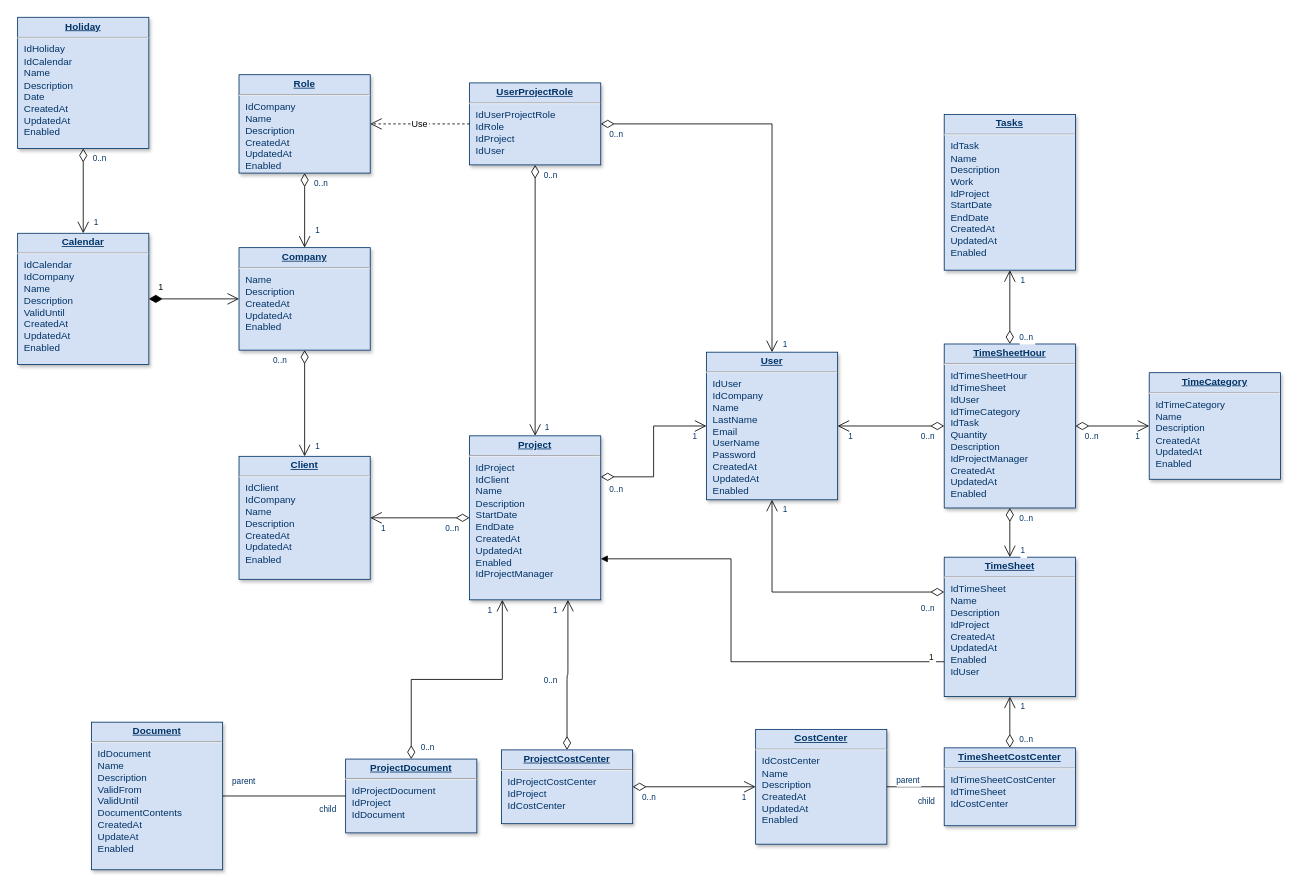
Earlier version of the draw.io diagram Untitled Diagram.drawio (hamidrezakiani/CoreApplication). Source tidied: cells renumbered, new cells numbered last; positions are measured from the earlier drawing's top-left corner, leaving out a move shared by most shapes. Both pictures are drawn from the tidied source at 82%, with x=0, y=0 at pixel (17, 17).
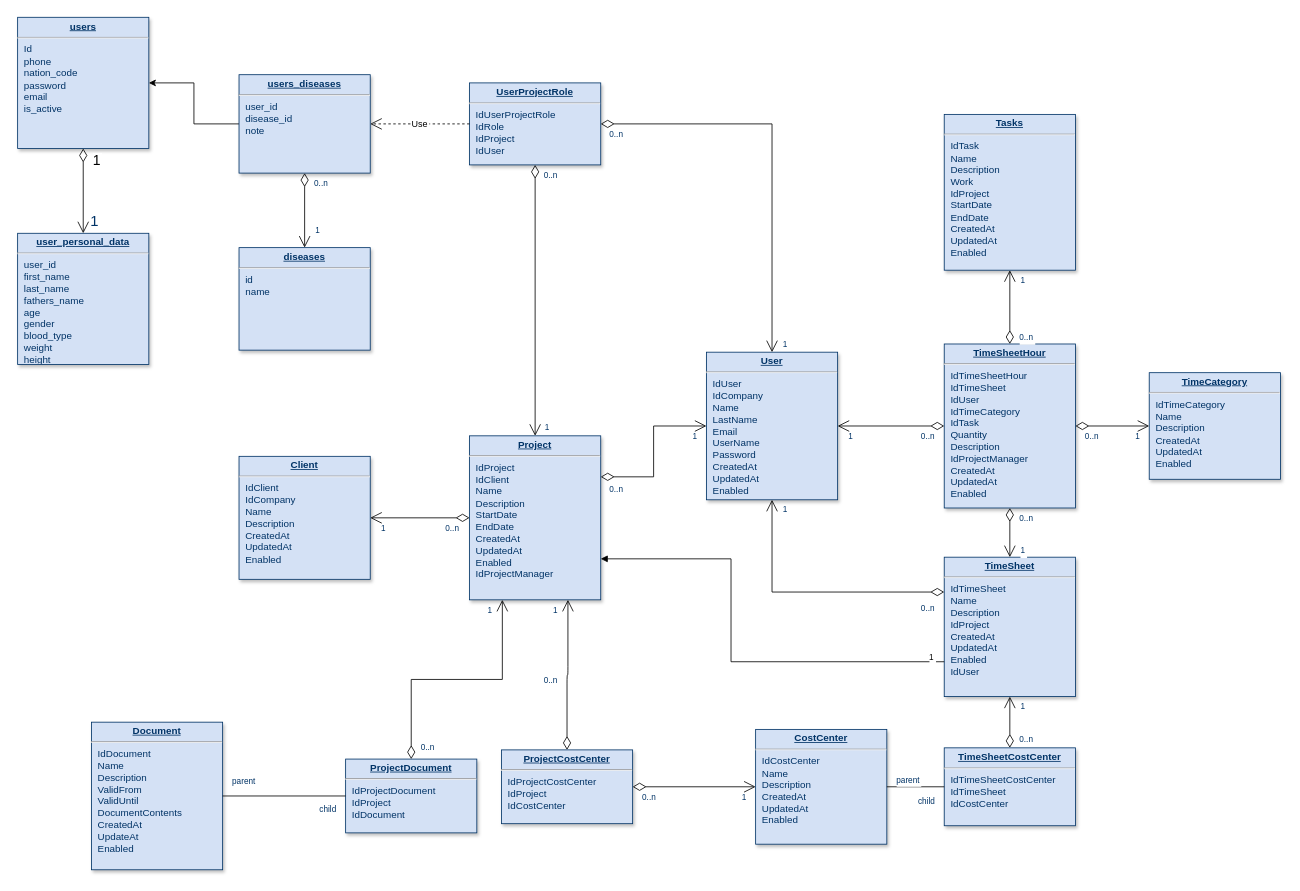
Above is the later version.

The change refers to these unchanged cells:
```xml
<mxCell id="7" value="&lt;p style=&quot;margin: 0px; margin-top: 4px; text-align: center; text-decoration: underline;&quot;&gt;&lt;strong&gt;Client&lt;/strong&gt;&lt;/p&gt;&lt;hr /&gt;&lt;p style=&quot;margin: 0px; margin-left: 8px;&quot;&gt;IdClient&lt;/p&gt;&lt;p style=&quot;margin: 0px; margin-left: 8px;&quot;&gt;IdCompany&lt;/p&gt;&lt;p style=&quot;margin: 0px; margin-left: 8px;&quot;&gt;Name&lt;/p&gt;&lt;p style=&quot;margin: 0px; margin-left: 8px;&quot;&gt;Description&lt;/p&gt;&lt;p style=&quot;margin: 0px; margin-left: 8px;&quot;&gt;CreatedAt&lt;/p&gt;&lt;p style=&quot;margin: 0px; margin-left: 8px;&quot;&gt;UpdatedAt&lt;/p&gt;&lt;p style=&quot;margin: 0px; margin-left: 8px;&quot;&gt;Enabled&lt;/p&gt;" style="verticalAlign=top;align=left;overflow=fill;fontSize=12;fontFamily=Helvetica;html=1;strokeColor=#003366;shadow=1;fillColor=#D4E1F5;fontColor=#003366;" parent="1" vertex="1">
  <mxGeometry x="270" y="535" width="160" height="150" as="geometry" />
</mxCell>
<mxCell id="61" style="endArrow=open;endSize=12;startArrow=diamondThin;startSize=14;startFill=0;edgeStyle=orthogonalEdgeStyle;" parent="1" edge="1" source="8" target="4">
  <mxGeometry x="620" y="340" as="geometry" />
</mxCell>
```

The edit, as a diff of the source:
```diff
@@
+    <mxCell id="77" style="edgeStyle=orthogonalEdgeStyle;rounded=0;jettySize=auto;html=1;" parent="1" edge="1" source="2" target="8">
+      <mxGeometry relative="1" as="geometry" />
+    </mxCell>
-    <mxCell id="2" value="&lt;p style=&quot;margin: 0px; margin-top: 4px; text-align: center; text-decoration: underline;&quot;&gt;&lt;strong&gt;Role&lt;/strong&gt;&lt;/p&gt;&lt;hr /&gt;&lt;p style=&quot;margin: 0px; margin-left: 8px;&quot;&gt;IdCompany&lt;br /&gt;Name&lt;/p&gt;&lt;p style=&quot;margin: 0px; margin-left: 8px;&quot;&gt;Description&lt;/p&gt;&lt;p style=&quot;margin: 0px; margin-left: 8px;&quot;&gt;CreatedAt&lt;/p&gt;&lt;p style=&quot;margin: 0px; margin-left: 8px;&quot;&gt;UpdatedAt&lt;/p&gt;&lt;p style=&quot;margin: 0px; margin-left: 8px;&quot;&gt;Enabled&lt;/p&gt;" style="verticalAlign=top;align=left;overflow=fill;fontSize=12;fontFamily=Helvetica;html=1;strokeColor=#003366;shadow=1;fillColor=#D4E1F5;fontColor=#003366;" parent="1" vertex="1">
+    <mxCell id="2" value="&lt;p style=&quot;margin: 4px 0px 0px; text-align: center;&quot;&gt;&lt;b&gt;&lt;u&gt;users_diseases&lt;/u&gt;&lt;/b&gt;&lt;br&gt;&lt;/p&gt;&lt;hr&gt;&lt;p style=&quot;margin: 0px; margin-left: 8px;&quot;&gt;user_id&lt;br&gt;disease_id&lt;br&gt;&lt;/p&gt;&lt;p style=&quot;margin: 0px; margin-left: 8px;&quot;&gt;note&lt;/p&gt;" style="verticalAlign=top;align=left;overflow=fill;fontSize=12;fontFamily=Helvetica;html=1;strokeColor=#003366;shadow=1;fillColor=#D4E1F5;fontColor=#003366;" parent="1" vertex="1">
       <mxGeometry x="270" y="69.6" width="160" height="120" as="geometry" />
     </mxCell>
-    <mxCell id="3" value="&lt;p style=&quot;margin: 0px; margin-top: 4px; text-align: center; text-decoration: underline;&quot;&gt;&lt;strong&gt;Company&lt;/strong&gt;&lt;/p&gt;&lt;hr /&gt;&lt;p style=&quot;margin: 0px; margin-left: 8px;&quot;&gt;Name&lt;/p&gt;&lt;p style=&quot;margin: 0px; margin-left: 8px;&quot;&gt;Description&lt;/p&gt;&lt;p style=&quot;margin: 0px; margin-left: 8px;&quot;&gt;CreatedAt&lt;/p&gt;&lt;p style=&quot;margin: 0px; margin-left: 8px;&quot;&gt;UpdatedAt&lt;/p&gt;&lt;p style=&quot;margin: 0px; margin-left: 8px;&quot;&gt;Enabled&lt;/p&gt;" style="verticalAlign=top;align=left;overflow=fill;fontSize=12;fontFamily=Helvetica;html=1;strokeColor=#003366;shadow=1;fillColor=#D4E1F5;fontColor=#003366;" parent="1" vertex="1">
+    <mxCell id="3" value="&lt;p style=&quot;margin: 4px 0px 0px; text-align: center;&quot;&gt;&lt;b&gt;&lt;u&gt;diseases&lt;/u&gt;&lt;/b&gt;&lt;br&gt;&lt;/p&gt;&lt;hr&gt;&lt;p style=&quot;margin: 0px; margin-left: 8px;&quot;&gt;id&lt;/p&gt;&lt;p style=&quot;margin: 0px; margin-left: 8px;&quot;&gt;name&lt;/p&gt;" style="verticalAlign=top;align=left;overflow=fill;fontSize=12;fontFamily=Helvetica;html=1;strokeColor=#003366;shadow=1;fillColor=#D4E1F5;fontColor=#003366;" parent="1" vertex="1">
       <mxGeometry x="270" y="280.5" width="160" height="125" as="geometry" />
     </mxCell>
-    <mxCell id="4" value="&lt;p style=&quot;margin: 0px; margin-top: 4px; text-align: center; text-decoration: underline;&quot;&gt;&lt;strong&gt;Calendar&lt;/strong&gt;&lt;/p&gt;&lt;hr /&gt;&lt;p style=&quot;margin: 0px; margin-left: 8px;&quot;&gt;IdCalendar&lt;/p&gt;&lt;p style=&quot;margin: 0px; margin-left: 8px;&quot;&gt;IdCompany&lt;/p&gt;&lt;p style=&quot;margin: 0px; margin-left: 8px;&quot;&gt;Name&lt;/p&gt;&lt;p style=&quot;margin: 0px; margin-left: 8px;&quot;&gt;Description&lt;/p&gt;&lt;p style=&quot;margin: 0px; margin-left: 8px;&quot;&gt;ValidUntil&lt;/p&gt;&lt;p style=&quot;margin: 0px; margin-left: 8px;&quot;&gt;CreatedAt&lt;/p&gt;&lt;p style=&quot;margin: 0px; margin-left: 8px;&quot;&gt;UpdatedAt&lt;/p&gt;&lt;p style=&quot;margin: 0px; margin-left: 8px;&quot;&gt;Enabled&lt;/p&gt;" style="verticalAlign=top;align=left;overflow=fill;fontSize=12;fontFamily=Helvetica;html=1;strokeColor=#003366;shadow=1;fillColor=#D4E1F5;fontColor=#003366;" parent="1" vertex="1">
+    <mxCell id="4" value="&lt;p style=&quot;margin: 0px; margin-top: 4px; text-align: center; text-decoration: underline;&quot;&gt;&lt;b&gt;user_personal_data&lt;/b&gt;&lt;/p&gt;&lt;hr&gt;&lt;p style=&quot;margin: 0px; margin-left: 8px;&quot;&gt;user_id&lt;/p&gt;&lt;p style=&quot;margin: 0px; margin-left: 8px;&quot;&gt;first_name&lt;/p&gt;&lt;p style=&quot;margin: 0px; margin-left: 8px;&quot;&gt;last_name&lt;/p&gt;&lt;p style=&quot;margin: 0px; margin-left: 8px;&quot;&gt;fathers_name&lt;/p&gt;&lt;p style=&quot;margin: 0px; margin-left: 8px;&quot;&gt;age&lt;/p&gt;&lt;p style=&quot;margin: 0px; margin-left: 8px;&quot;&gt;gender&lt;/p&gt;&lt;p style=&quot;margin: 0px; margin-left: 8px;&quot;&gt;blood_type&lt;/p&gt;&lt;p style=&quot;margin: 0px; margin-left: 8px;&quot;&gt;weight&lt;/p&gt;&lt;p style=&quot;margin: 0px; margin-left: 8px;&quot;&gt;height&lt;/p&gt;" style="verticalAlign=top;align=left;overflow=fill;fontSize=12;fontFamily=Helvetica;html=1;strokeColor=#003366;shadow=1;fillColor=#D4E1F5;fontColor=#003366;" parent="1" vertex="1">
       <mxGeometry y="263" width="160" height="160" as="geometry" />
     </mxCell>
@@
-    <mxCell id="8" value="&lt;p style=&quot;margin: 0px; margin-top: 4px; text-align: center; text-decoration: underline;&quot;&gt;&lt;strong&gt;Holiday&lt;/strong&gt;&lt;/p&gt;&lt;hr /&gt;&lt;p style=&quot;margin: 0px; margin-left: 8px;&quot;&gt;IdHoliday&lt;/p&gt;&lt;p style=&quot;margin: 0px; margin-left: 8px;&quot;&gt;IdCalendar&lt;/p&gt;&lt;p style=&quot;margin: 0px; margin-left: 8px;&quot;&gt;Name&lt;/p&gt;&lt;p style=&quot;margin: 0px; margin-left: 8px;&quot;&gt;Description&lt;/p&gt;&lt;p style=&quot;margin: 0px; margin-left: 8px;&quot;&gt;Date&lt;/p&gt;&lt;p style=&quot;margin: 0px; margin-left: 8px;&quot;&gt;CreatedAt&lt;/p&gt;&lt;p style=&quot;margin: 0px; margin-left: 8px;&quot;&gt;UpdatedAt&lt;/p&gt;&lt;p style=&quot;margin: 0px; margin-left: 8px;&quot;&gt;Enabled&lt;/p&gt;" style="verticalAlign=top;align=left;overflow=fill;fontSize=12;fontFamily=Helvetica;html=1;strokeColor=#003366;shadow=1;fillColor=#D4E1F5;fontColor=#003366;" parent="1" vertex="1">
+    <mxCell id="8" value="&lt;p style=&quot;margin: 0px; margin-top: 4px; text-align: center; text-decoration: underline;&quot;&gt;&lt;strong&gt;users&lt;/strong&gt;&lt;/p&gt;&lt;hr&gt;&lt;p style=&quot;margin: 0px; margin-left: 8px;&quot;&gt;Id&lt;/p&gt;&lt;p style=&quot;margin: 0px; margin-left: 8px;&quot;&gt;phone&lt;/p&gt;&lt;p style=&quot;margin: 0px; margin-left: 8px;&quot;&gt;nation_code&lt;/p&gt;&lt;p style=&quot;margin: 0px; margin-left: 8px;&quot;&gt;password&lt;/p&gt;&lt;p style=&quot;margin: 0px; margin-left: 8px;&quot;&gt;email&lt;/p&gt;&lt;p style=&quot;margin: 0px; margin-left: 8px;&quot;&gt;is_active&lt;/p&gt;" style="verticalAlign=top;align=left;overflow=fill;fontSize=12;fontFamily=Helvetica;html=1;strokeColor=#003366;shadow=1;fillColor=#D4E1F5;fontColor=#003366;" parent="1" vertex="1">
       <mxGeometry y="-0.4" width="160" height="160" as="geometry" />
     </mxCell>
@@
-    <mxCell id="58" style="endArrow=open;endSize=12;startArrow=diamondThin;startSize=14;startFill=0;edgeStyle=orthogonalEdgeStyle;" parent="1" edge="1" source="3" target="7">
-      <mxGeometry x="519.4" y="200" as="geometry" />
-    </mxCell>
-    <mxCell id="59" value="0..n" style="align=left;verticalAlign=top;labelBackgroundColor=#ffffff;fontSize=10;strokeColor=#003366;shadow=1;fillColor=#D4E1F5;fontColor=#003366;" parent="58" vertex="1">
-      <mxGeometry x="-1" relative="1" as="geometry">
-        <mxPoint x="-40" as="offset" />
-      </mxGeometry>
-    </mxCell>
-    <mxCell id="60" value="1" style="align=right;verticalAlign=top;labelBackgroundColor=#ffffff;fontSize=10;strokeColor=#003366;shadow=1;fillColor=#D4E1F5;fontColor=#003366;" parent="58" vertex="1">
-      <mxGeometry x="1" relative="1" as="geometry">
-        <mxPoint x="20" y="-25" as="offset" />
-      </mxGeometry>
-    </mxCell>
@@
-    <mxCell id="62" value="0..n" style="align=left;verticalAlign=top;labelBackgroundColor=#ffffff;fontSize=10;strokeColor=#003366;shadow=1;fillColor=#D4E1F5;fontColor=#003366;" parent="61" vertex="1">
+    <mxCell id="62" value="1" style="align=left;verticalAlign=top;labelBackgroundColor=default;fontSize=17;strokeColor=#003366;shadow=1;fillColor=#D4E1F5;fontColor=default;horizontal=1;fontStyle=0;" parent="61" vertex="1">
       <mxGeometry x="-1" relative="1" as="geometry">
-        <mxPoint x="10" as="offset" />
+        <mxPoint x="10" y="-2" as="offset" />
       </mxGeometry>
     </mxCell>
-    <mxCell id="63" value="1" style="align=right;verticalAlign=top;labelBackgroundColor=#ffffff;fontSize=10;strokeColor=#003366;shadow=1;fillColor=#D4E1F5;fontColor=#003366;" parent="61" vertex="1">
+    <mxCell id="63" value="1" style="align=right;verticalAlign=top;labelBackgroundColor=#ffffff;fontSize=18;strokeColor=#003366;shadow=1;fillColor=#D4E1F5;fontColor=#003366;" parent="61" vertex="1">
       <mxGeometry x="1" relative="1" as="geometry">
-        <mxPoint x="20" y="-25" as="offset" />
+        <mxPoint x="20" y="-32" as="offset" />
       </mxGeometry>
     </mxCell>
@@
-    <mxCell id="68" value="1" style="endArrow=open;endSize=12;startArrow=diamondThin;startSize=14;startFill=1;edgeStyle=orthogonalEdgeStyle;align=left;verticalAlign=bottom;" parent="1" edge="1" source="4" target="3">
-      <mxGeometry x="-0.82" y="5" relative="1" as="geometry" />
-    </mxCell>
```
